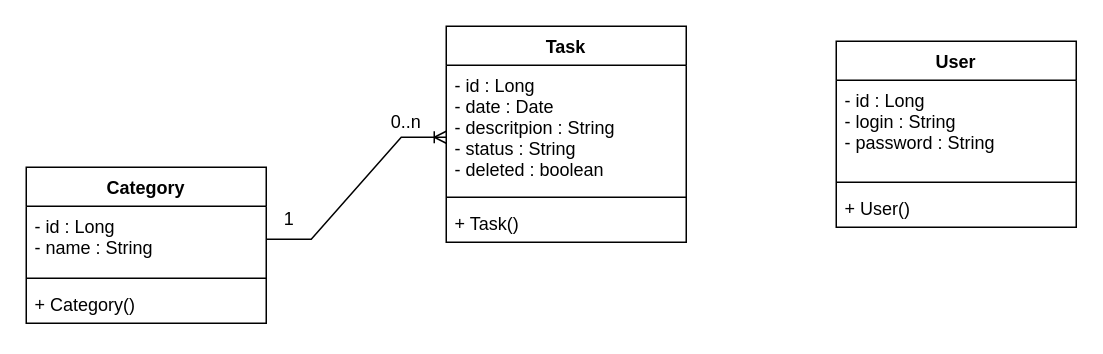
Above: page "Classes" (2 of 6) of Ressources/toutedouceliste.drawio in Saralune/ToDoList_Spring (draw.io), before the change. Source tidied: cells renumbered, new cells numbered last; positions are measured from the earlier drawing's top-left corner, leaving out a move shared by most shapes. Both pictures are drawn from the tidied source at 150%, with x=0, y=0 at pixel (26, 26).
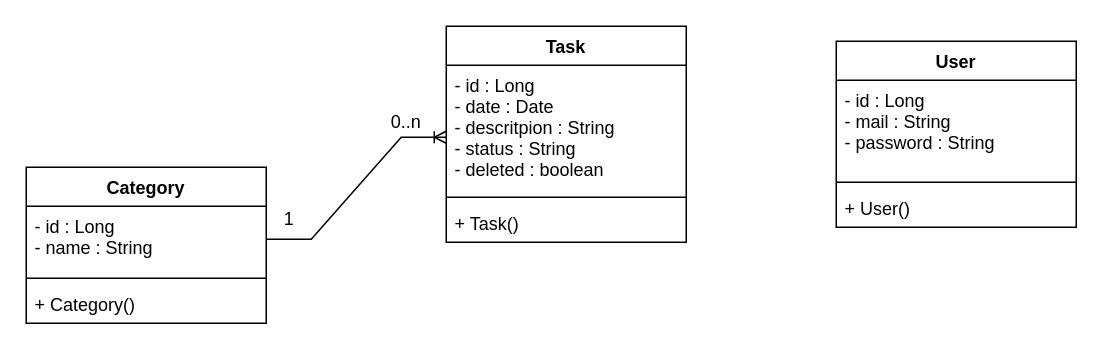
Above is the later version.

Diff of the diagram source:
```diff
@@
 <mxGraphModel>
   <root>
     <mxCell id="0" />
     <mxCell id="1" parent="0" />
     <mxCell id="2" value="Task" style="swimlane;fontStyle=1;align=center;verticalAlign=top;horizontal=1;startSize=26;" parent="1" vertex="1">
       <mxGeometry x="280" width="160" height="144" as="geometry" />
     </mxCell>
     <mxCell id="3" value="- id : Long&#10;- date : Date&#10;- descritpion : String&#10;- status : String&#10;- deleted : boolean" style="text;strokeColor=none;fillColor=none;align=left;verticalAlign=top;spacingLeft=4;spacingRight=4;overflow=hidden;" parent="2" vertex="1">
       <mxGeometry y="26" width="160" height="84" as="geometry" />
     </mxCell>
     <mxCell id="4" style="line;strokeWidth=1;fillColor=none;align=left;verticalAlign=middle;spacingTop=-1;spacingLeft=3;spacingRight=3;labelPosition=right;" parent="2" vertex="1">
       <mxGeometry y="110" width="160" height="8" as="geometry" />
     </mxCell>
     <mxCell id="5" value="+ Task()" style="text;strokeColor=none;fillColor=none;align=left;verticalAlign=top;spacingLeft=4;spacingRight=4;overflow=hidden;" parent="2" vertex="1">
       <mxGeometry y="118" width="160" height="26" as="geometry" />
     </mxCell>
     <mxCell id="6" value="User" style="swimlane;fontStyle=1;align=center;verticalAlign=top;horizontal=1;startSize=26;" parent="1" vertex="1">
       <mxGeometry x="540" y="10" width="160" height="124" as="geometry" />
     </mxCell>
-    <mxCell id="7" value="- id : Long&#10;- login : String&#10;- password : String" style="text;strokeColor=none;fillColor=none;align=left;verticalAlign=top;spacingLeft=4;spacingRight=4;overflow=hidden;" parent="6" vertex="1">
+    <mxCell id="7" value="- id : Long&#10;- mail : String&#10;- password : String" style="text;strokeColor=none;fillColor=none;align=left;verticalAlign=top;spacingLeft=4;spacingRight=4;overflow=hidden;" parent="6" vertex="1">
       <mxGeometry y="26" width="160" height="64" as="geometry" />
     </mxCell>
     <mxCell id="8" style="line;strokeWidth=1;fillColor=none;align=left;verticalAlign=middle;spacingTop=-1;spacingLeft=3;spacingRight=3;labelPosition=right;" parent="6" vertex="1">
       <mxGeometry y="90" width="160" height="8" as="geometry" />
     </mxCell>
     <mxCell id="9" value="+ User()" style="text;strokeColor=none;fillColor=none;align=left;verticalAlign=top;spacingLeft=4;spacingRight=4;overflow=hidden;" parent="6" vertex="1">
       <mxGeometry y="98" width="160" height="26" as="geometry" />
     </mxCell>
     <mxCell id="10" value="Category" style="swimlane;fontStyle=1;align=center;verticalAlign=top;horizontal=1;startSize=26;" parent="1" vertex="1">
       <mxGeometry y="94" width="160" height="104" as="geometry" />
     </mxCell>
     <mxCell id="11" value="- id : Long&#10;- name : String" style="text;strokeColor=none;fillColor=none;align=left;verticalAlign=top;spacingLeft=4;spacingRight=4;overflow=hidden;points=[[0,0.5],[1,0.5]];portConstraint=eastwest;" parent="10" vertex="1">
       <mxGeometry y="26" width="160" height="44" as="geometry" />
     </mxCell>
     <mxCell id="12" style="line;strokeWidth=1;fillColor=none;align=left;verticalAlign=middle;spacingTop=-1;spacingLeft=3;spacingRight=3;labelPosition=right;" parent="10" vertex="1">
       <mxGeometry y="70" width="160" height="8" as="geometry" />
     </mxCell>
     <mxCell id="13" value="+ Category()" style="text;strokeColor=none;fillColor=none;align=left;verticalAlign=top;spacingLeft=4;spacingRight=4;overflow=hidden;" parent="10" vertex="1">
       <mxGeometry y="78" width="160" height="26" as="geometry" />
     </mxCell>
     <mxCell id="14" value="0..n" style="edgeStyle=entityRelationEdgeStyle;fontSize=12;html=1;endArrow=ERoneToMany;rounded=0;exitX=1;exitY=0.5;exitDx=0;exitDy=0;" parent="1" edge="1" source="11">
       <mxGeometry x="0.64" y="10" relative="1" as="geometry">
         <mxPoint x="280" y="74" as="targetPoint" />
       </mxGeometry>
     </mxCell>
     <mxCell id="15" value="1" style="text;html=1;align=center;verticalAlign=middle;strokeColor=none;fillColor=none;" parent="1" vertex="1">
       <mxGeometry x="160" y="114" width="30" height="30" as="geometry" />
     </mxCell>
   </root>
 </mxGraphModel>
```
